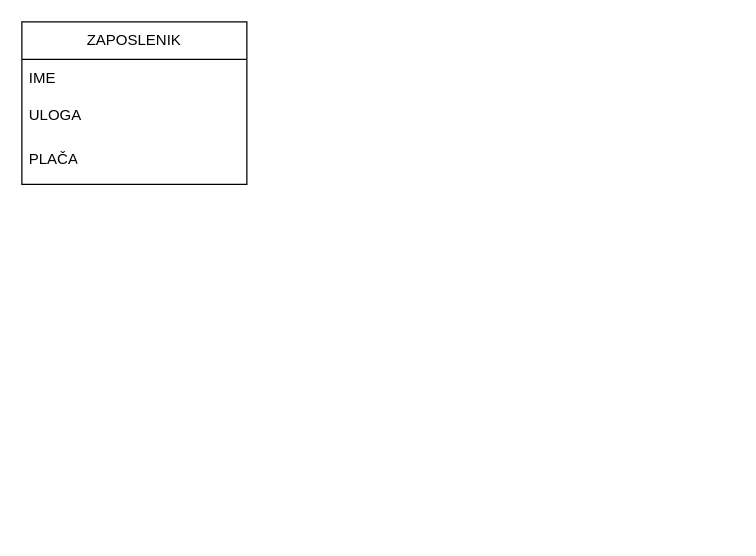
Earlier version of the draw.io diagram entizy test.drawio (HrvojeBicanic/entity-test). Source tidied: cells renumbered, new cells numbered last; positions are measured from the earlier drawing's top-left corner, leaving out a move shared by most shapes. Both pictures are drawn from the tidied source at 125%, with x=0, y=0 at pixel (21, 21).
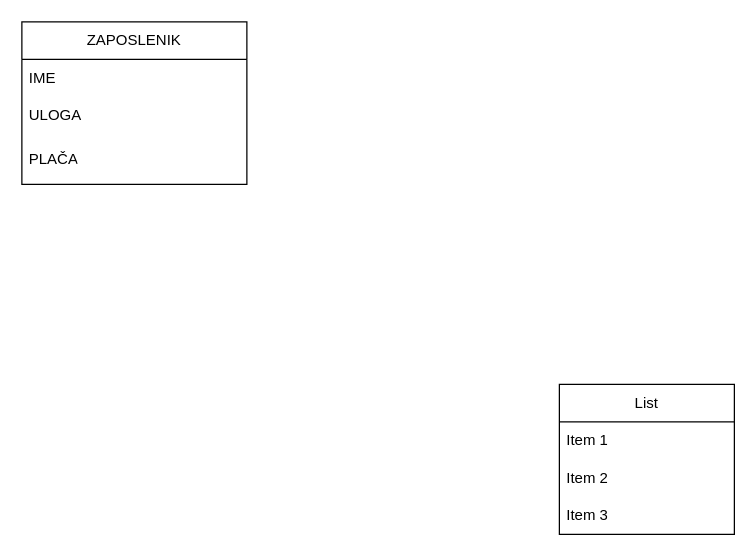
Above is the later version.

Diff of the diagram source:
```diff
@@
 <mxGraphModel>
   <root>
     <mxCell id="0" />
     <mxCell id="1" parent="0" />
     <mxCell id="2" value="ZAPOSLENIK" style="swimlane;fontStyle=0;horizontal=1;startSize=30;whiteSpace=wrap;html=1;" parent="1" vertex="1">
       <mxGeometry width="180" height="130" as="geometry" />
     </mxCell>
     <mxCell id="3" value="IME" style="text;strokeColor=none;fillColor=none;align=left;verticalAlign=middle;spacingLeft=4;spacingRight=4;overflow=hidden;whiteSpace=wrap;html=1;" parent="2" vertex="1">
       <mxGeometry y="30" width="180" height="30" as="geometry" />
     </mxCell>
     <mxCell id="4" value="ULOGA" style="text;strokeColor=none;fillColor=none;align=left;verticalAlign=middle;spacingLeft=4;spacingRight=4;overflow=hidden;whiteSpace=wrap;html=1;" parent="2" vertex="1">
       <mxGeometry y="60" width="180" height="30" as="geometry" />
     </mxCell>
     <mxCell id="5" value="PLAČA" style="text;strokeColor=none;fillColor=none;align=left;verticalAlign=middle;spacingLeft=4;spacingRight=4;overflow=hidden;whiteSpace=wrap;html=1;" parent="2" vertex="1">
       <mxGeometry y="90" width="180" height="40" as="geometry" />
     </mxCell>
+    <mxCell id="6" value="List" style="swimlane;fontStyle=0;horizontal=1;startSize=30;whiteSpace=wrap;html=1;" parent="1" vertex="1">
+      <mxGeometry x="430" y="290" width="140" height="120" as="geometry" />
+    </mxCell>
+    <mxCell id="7" value="Item 1" style="text;strokeColor=none;fillColor=none;align=left;verticalAlign=middle;spacingLeft=4;spacingRight=4;overflow=hidden;whiteSpace=wrap;html=1;" parent="6" vertex="1">
+      <mxGeometry y="30" width="140" height="30" as="geometry" />
+    </mxCell>
+    <mxCell id="8" value="Item 2" style="text;strokeColor=none;fillColor=none;align=left;verticalAlign=middle;spacingLeft=4;spacingRight=4;overflow=hidden;whiteSpace=wrap;html=1;" parent="6" vertex="1">
+      <mxGeometry y="60" width="140" height="30" as="geometry" />
+    </mxCell>
+    <mxCell id="9" value="Item 3" style="text;strokeColor=none;fillColor=none;align=left;verticalAlign=middle;spacingLeft=4;spacingRight=4;overflow=hidden;whiteSpace=wrap;html=1;" parent="6" vertex="1">
+      <mxGeometry y="90" width="140" height="30" as="geometry" />
+    </mxCell>
   </root>
 </mxGraphModel>
```
